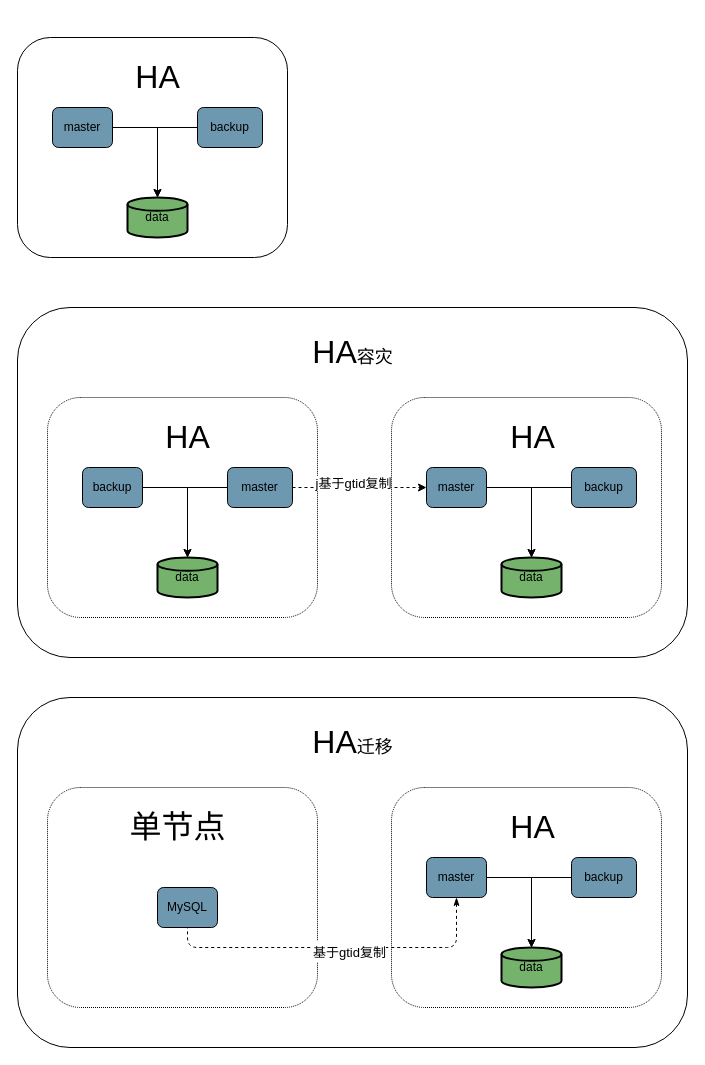
Above: page "HA" (1 of 4) of dbscan/dbscan.drawio in maopashui/drawio (draw.io), before the change. Source tidied: cells renumbered, new cells numbered last; positions are measured from the earlier drawing's top-left corner, leaving out a move shared by most shapes. Both pictures are drawn from the tidied source at 100%, with x=0, y=0 at pixel (17, 17).
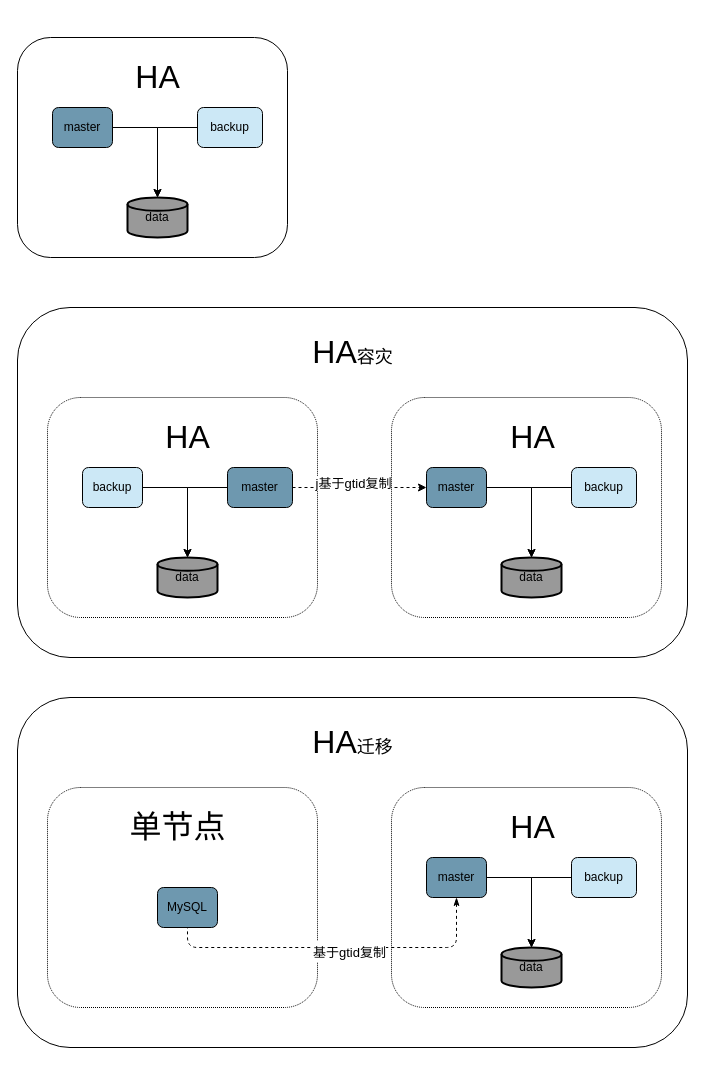
The same diagram, later.

Change to the diagram source:
```diff
@@
-    <mxCell id="3" value="data" style="strokeWidth=2;html=1;shape=mxgraph.flowchart.database;whiteSpace=wrap;rounded=1;glass=0;fillColor=#75B36D;" parent="1" vertex="1">
+    <mxCell id="3" value="data" style="strokeWidth=2;html=1;shape=mxgraph.flowchart.database;whiteSpace=wrap;rounded=1;glass=0;fillColor=#999999;" parent="1" vertex="1">
       <mxGeometry x="110" y="180" width="60" height="40" as="geometry" />
     </mxCell>
@@
-    <mxCell id="7" value="backup" style="rounded=1;whiteSpace=wrap;html=1;glass=0;fillColor=#6E98AF;" parent="1" vertex="1">
+    <mxCell id="7" value="backup" style="rounded=1;whiteSpace=wrap;html=1;glass=0;fillColor=#CCE8F6;" parent="1" vertex="1">
       <mxGeometry x="180" y="90" width="65" height="40" as="geometry" />
     </mxCell>
@@
-    <mxCell id="11" value="data" style="strokeWidth=2;html=1;shape=mxgraph.flowchart.database;whiteSpace=wrap;rounded=1;glass=0;fillColor=#75B36D;" parent="1" vertex="1">
+    <mxCell id="11" value="data" style="strokeWidth=2;html=1;shape=mxgraph.flowchart.database;whiteSpace=wrap;rounded=1;glass=0;fillColor=#999999;" parent="1" vertex="1">
       <mxGeometry x="140" y="540" width="60" height="40" as="geometry" />
     </mxCell>
@@
-    <mxCell id="13" value="backup" style="rounded=1;whiteSpace=wrap;html=1;glass=0;fillColor=#6E98AF;" parent="1" vertex="1">
+    <mxCell id="13" value="backup" style="rounded=1;whiteSpace=wrap;html=1;glass=0;fillColor=#CCE8F6;" parent="1" vertex="1">
       <mxGeometry x="65" y="450" width="60" height="40" as="geometry" />
     </mxCell>
@@
-    <mxCell id="20" value="data" style="strokeWidth=2;html=1;shape=mxgraph.flowchart.database;whiteSpace=wrap;rounded=1;glass=0;fillColor=#75B36D;" parent="1" vertex="1">
+    <mxCell id="20" value="data" style="strokeWidth=2;html=1;shape=mxgraph.flowchart.database;whiteSpace=wrap;rounded=1;glass=0;fillColor=#999999;" parent="1" vertex="1">
       <mxGeometry x="484" y="540" width="60" height="40" as="geometry" />
     </mxCell>
@@
-    <mxCell id="24" value="backup" style="rounded=1;whiteSpace=wrap;html=1;glass=0;fillColor=#6E98AF;" parent="1" vertex="1">
+    <mxCell id="24" value="backup" style="rounded=1;whiteSpace=wrap;html=1;glass=0;fillColor=#CCE8F6;" parent="1" vertex="1">
       <mxGeometry x="554" y="450" width="65" height="40" as="geometry" />
     </mxCell>
@@
-    <mxCell id="32" value="data" style="strokeWidth=2;html=1;shape=mxgraph.flowchart.database;whiteSpace=wrap;rounded=1;glass=0;fillColor=#75B36D;" parent="1" vertex="1">
+    <mxCell id="32" value="data" style="strokeWidth=2;html=1;shape=mxgraph.flowchart.database;whiteSpace=wrap;rounded=1;glass=0;fillColor=#999999;" parent="1" vertex="1">
       <mxGeometry x="484" y="930" width="60" height="40" as="geometry" />
     </mxCell>
@@
-    <mxCell id="38" value="backup" style="rounded=1;whiteSpace=wrap;html=1;glass=0;fillColor=#6E98AF;" parent="1" vertex="1">
+    <mxCell id="38" value="backup" style="rounded=1;whiteSpace=wrap;html=1;glass=0;fillColor=#CCE8F6;" parent="1" vertex="1">
       <mxGeometry x="554" y="840" width="65" height="40" as="geometry" />
     </mxCell>
```
